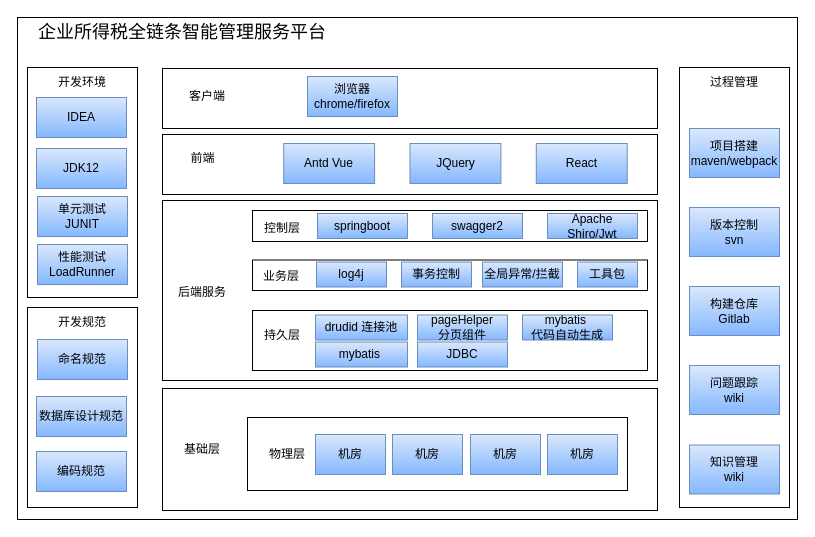
The draw.io diagram 未命名绘图.drawio in freeorfeel/liteerp, before the edit. Source tidied: cells renumbered, new cells numbered last; positions are measured from the earlier drawing's top-left corner, leaving out a move shared by most shapes. Both pictures are drawn from the tidied source at 100%, with x=0, y=0 at pixel (17, 17).
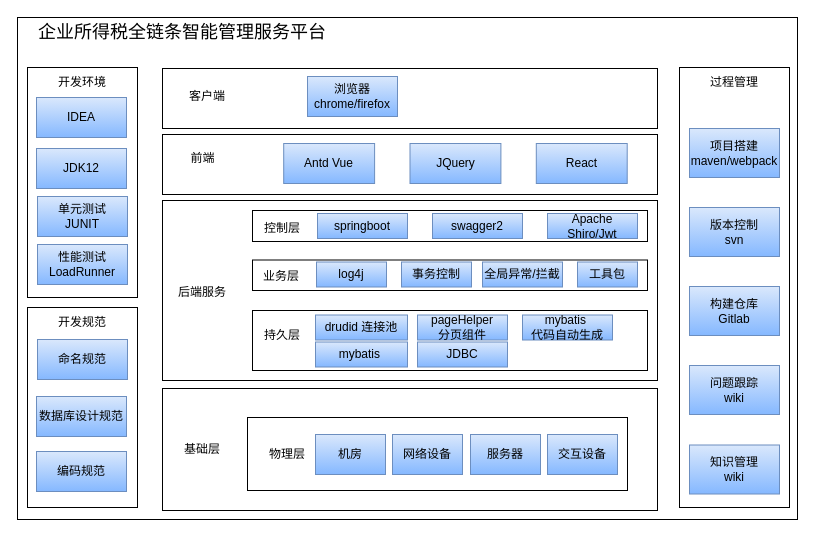
The same diagram, later.

Commit message:
更新未命名绘图.drawio

The change refers to these unchanged cells:
```xml
<mxCell id="31" style="group;" parent="1" vertex="1">
  <mxGeometry x="145" y="371" width="495" height="122" as="geometry" />
</mxCell>
```

Diff of the diagram source:
```diff
@@
-    <mxCell id="37" value="机房" style="rounded=0;whiteSpace=wrap;html=1;fillColor=#dae8fc;strokeColor=#6c8ebf;gradientColor=#85B8FF;" parent="31" vertex="1">
+    <mxCell id="37" value="网络设备" style="rounded=0;whiteSpace=wrap;html=1;fillColor=#dae8fc;strokeColor=#6c8ebf;gradientColor=#85B8FF;" parent="31" vertex="1">
       <mxGeometry x="230" y="46" width="70" height="40" as="geometry" />
     </mxCell>
-    <mxCell id="38" value="机房" style="rounded=0;whiteSpace=wrap;html=1;fillColor=#dae8fc;strokeColor=#6c8ebf;gradientColor=#85B8FF;" parent="31" vertex="1">
+    <mxCell id="38" value="服务器" style="rounded=0;whiteSpace=wrap;html=1;fillColor=#dae8fc;strokeColor=#6c8ebf;gradientColor=#85B8FF;" parent="31" vertex="1">
       <mxGeometry x="308" y="46" width="70" height="40" as="geometry" />
     </mxCell>
-    <mxCell id="39" value="机房" style="rounded=0;whiteSpace=wrap;html=1;fillColor=#dae8fc;strokeColor=#6c8ebf;gradientColor=#85B8FF;" parent="31" vertex="1">
+    <mxCell id="39" value="交互设备" style="rounded=0;whiteSpace=wrap;html=1;fillColor=#dae8fc;strokeColor=#6c8ebf;gradientColor=#85B8FF;" parent="31" vertex="1">
       <mxGeometry x="385" y="46" width="70" height="40" as="geometry" />
     </mxCell>
```
